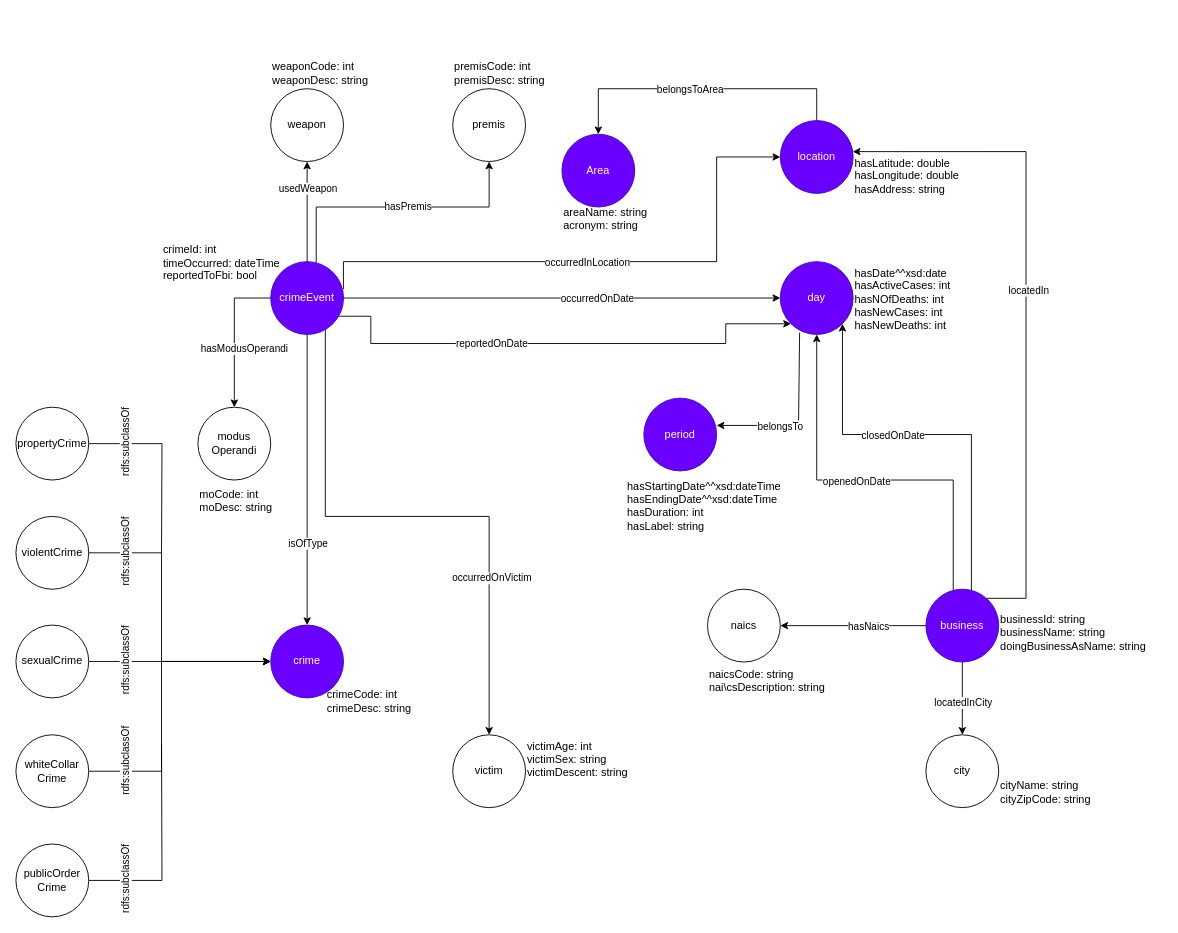
Earlier version of the draw.io diagram ontology/Bitsei_ontology.drawio (mircocazzaro/bitsei-db2-unipd). Source tidied: cells renumbered, new cells numbered last; positions are measured from the earlier drawing's top-left corner, leaving out a move shared by most shapes. Both pictures are drawn from the tidied source at 91%, with x=0, y=0 at pixel (15, 15).
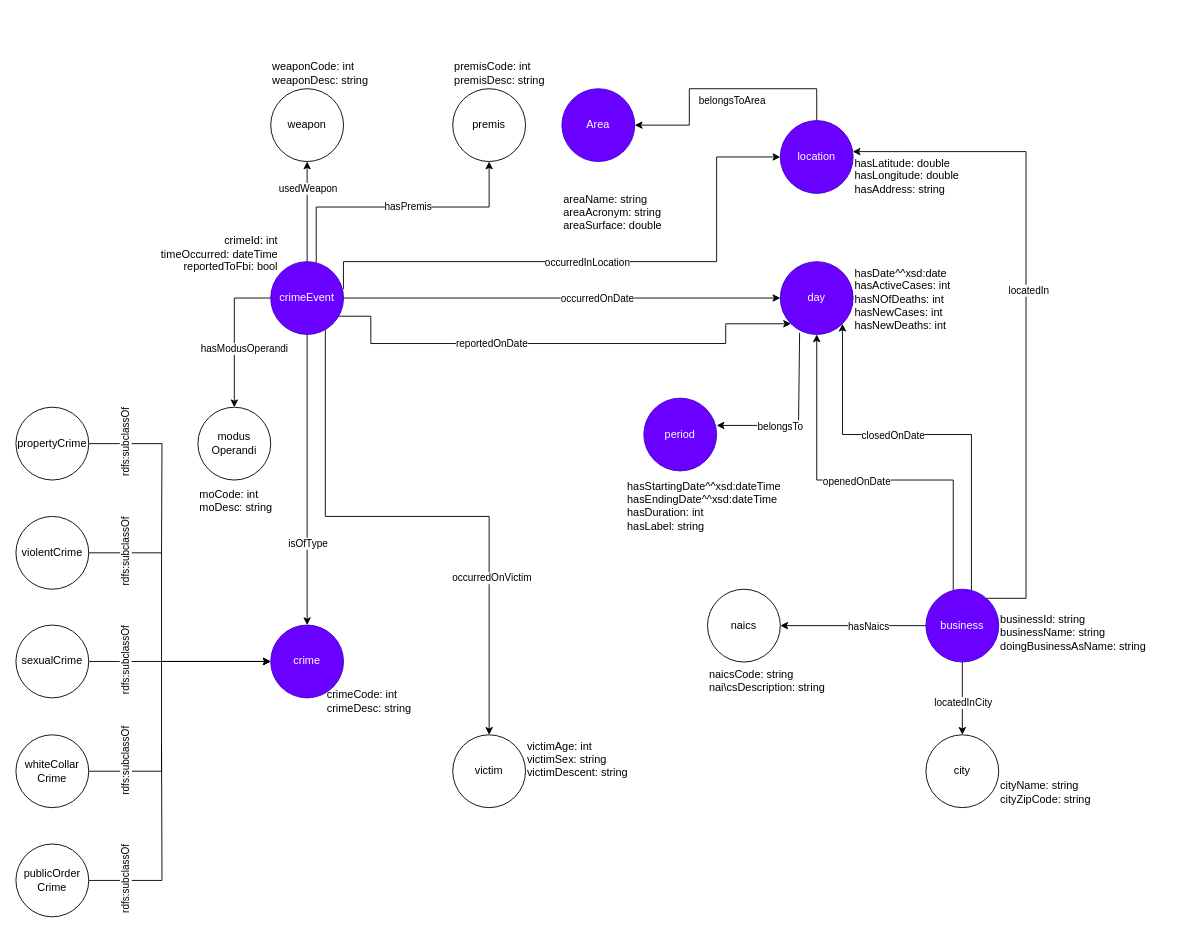
The same page after the edit.

Commit message (it also covers changes not shown here):
fix(drawio): added some missing data properties

Unchanged cells that the change refers to:
```xml
<mxCell id="23" value="location" style="ellipse;whiteSpace=wrap;html=1;fillColor=#6a00ff;strokeColor=#3700CC;fontColor=#ffffff;" parent="1" vertex="1">
  <mxGeometry x="840" y="115" width="80" height="80" as="geometry" />
</mxCell>
<mxCell id="24" value="&lt;div&gt;modus&lt;/div&gt;&lt;div&gt;Operandi&lt;/div&gt;" style="ellipse;whiteSpace=wrap;html=1;" parent="1" vertex="1">
  <mxGeometry x="200" y="430" width="80" height="80" as="geometry" />
</mxCell>
```

Change to the diagram source:
```diff
@@
-    <mxCell id="4" style="edgeStyle=orthogonalEdgeStyle;rounded=0;jettySize=auto;html=1;entryX=0.5;entryY=0;entryDx=0;entryDy=0;exitX=0.75;exitY=1;exitDx=0;exitDy=0;" parent="1" edge="1" source="59" target="24">
+    <mxCell id="4" style="edgeStyle=orthogonalEdgeStyle;rounded=0;jettySize=auto;html=1;entryX=0.5;entryY=0;entryDx=0;entryDy=0;exitX=0;exitY=0.5;exitDx=0;exitDy=0;exitPerimeter=0;" parent="1" edge="1" source="18" target="24">
       <mxGeometry relative="1" as="geometry">
         <Array as="points">
           <mxPoint x="240" y="310" />
         </Array>
       </mxGeometry>
     </mxCell>
@@
-    <mxCell id="18" value="crimeEvent" style="ellipse;whiteSpace=wrap;html=1;fillColor=#6a00ff;strokeColor=#3700CC;fontColor=#ffffff;" parent="1" vertex="1">
+    <mxCell id="18" value="crimeEvent" style="ellipse;whiteSpace=wrap;html=1;fillColor=#6a00ff;strokeColor=#3700CC;fontColor=#ffffff;fillStyle=solid;" parent="1" vertex="1">
       <mxGeometry x="280" y="270" width="80" height="80" as="geometry" />
     </mxCell>
@@
-    <mxCell id="21" style="edgeStyle=orthogonalEdgeStyle;rounded=0;jettySize=auto;html=1;" parent="1" edge="1" source="23" target="61">
+    <mxCell id="21" style="edgeStyle=orthogonalEdgeStyle;rounded=0;jettySize=auto;html=1;entryX=1;entryY=0.5;entryDx=0;entryDy=0;" parent="1" edge="1" source="23" target="61">
       <mxGeometry relative="1" as="geometry">
         <Array as="points">
           <mxPoint x="880" y="80" />
-          <mxPoint x="640" y="80" />
+          <mxPoint x="740" y="80" />
+          <mxPoint x="740" y="120" />
         </Array>
       </mxGeometry>
     </mxCell>
@@
-    <mxCell id="59" value="&lt;div&gt;crimeId: int&lt;/div&gt;&lt;div&gt;timeOccurred: dateTime&lt;/div&gt;&lt;div&gt;reportedToFbi: bool&lt;/div&gt;&lt;div&gt;&lt;br&gt;&lt;/div&gt;" style="text;html=1;strokeColor=none;fillColor=none;align=left;verticalAlign=bottom;whiteSpace=wrap;rounded=0;" parent="1" vertex="1">
-      <mxGeometry x="160" y="230" width="160" height="80" as="geometry" />
+    <mxCell id="59" value="&lt;div&gt;crimeId: int&lt;/div&gt;&lt;div&gt;timeOccurred: dateTime&lt;/div&gt;&lt;div&gt;reportedToFbi: bool&lt;/div&gt;&lt;div&gt;&lt;br&gt;&lt;/div&gt;" style="text;html=1;strokeColor=none;fillColor=none;align=right;verticalAlign=bottom;whiteSpace=wrap;rounded=0;" parent="1" vertex="1">
+      <mxGeometry x="130" y="220" width="160" height="80" as="geometry" />
     </mxCell>
@@
     <mxCell id="61" value="Area" style="ellipse;whiteSpace=wrap;html=1;fillColor=#6a00ff;strokeColor=#3700CC;fontColor=#ffffff;" parent="1" vertex="1">
-      <mxGeometry x="600" y="130" width="80" height="80" as="geometry" />
+      <mxGeometry x="600" y="80" width="80" height="80" as="geometry" />
     </mxCell>
-    <mxCell id="62" value="&lt;br&gt;&lt;div&gt;areaName: string&lt;/div&gt;&lt;div&gt;acronym: string&lt;/div&gt;" style="text;html=1;strokeColor=none;fillColor=none;align=left;verticalAlign=bottom;whiteSpace=wrap;rounded=0;" parent="1" vertex="1">
+    <mxCell id="62" value="&lt;br&gt;&lt;div&gt;areaName: string&lt;/div&gt;&lt;div&gt;areaAcronym: string&lt;/div&gt;&lt;div&gt;areaSurface: double&lt;/div&gt;" style="text;html=1;strokeColor=none;fillColor=none;align=left;verticalAlign=bottom;whiteSpace=wrap;rounded=0;" parent="1" vertex="1">
       <mxGeometry x="600" y="160" width="160" height="80" as="geometry" />
     </mxCell>
```
